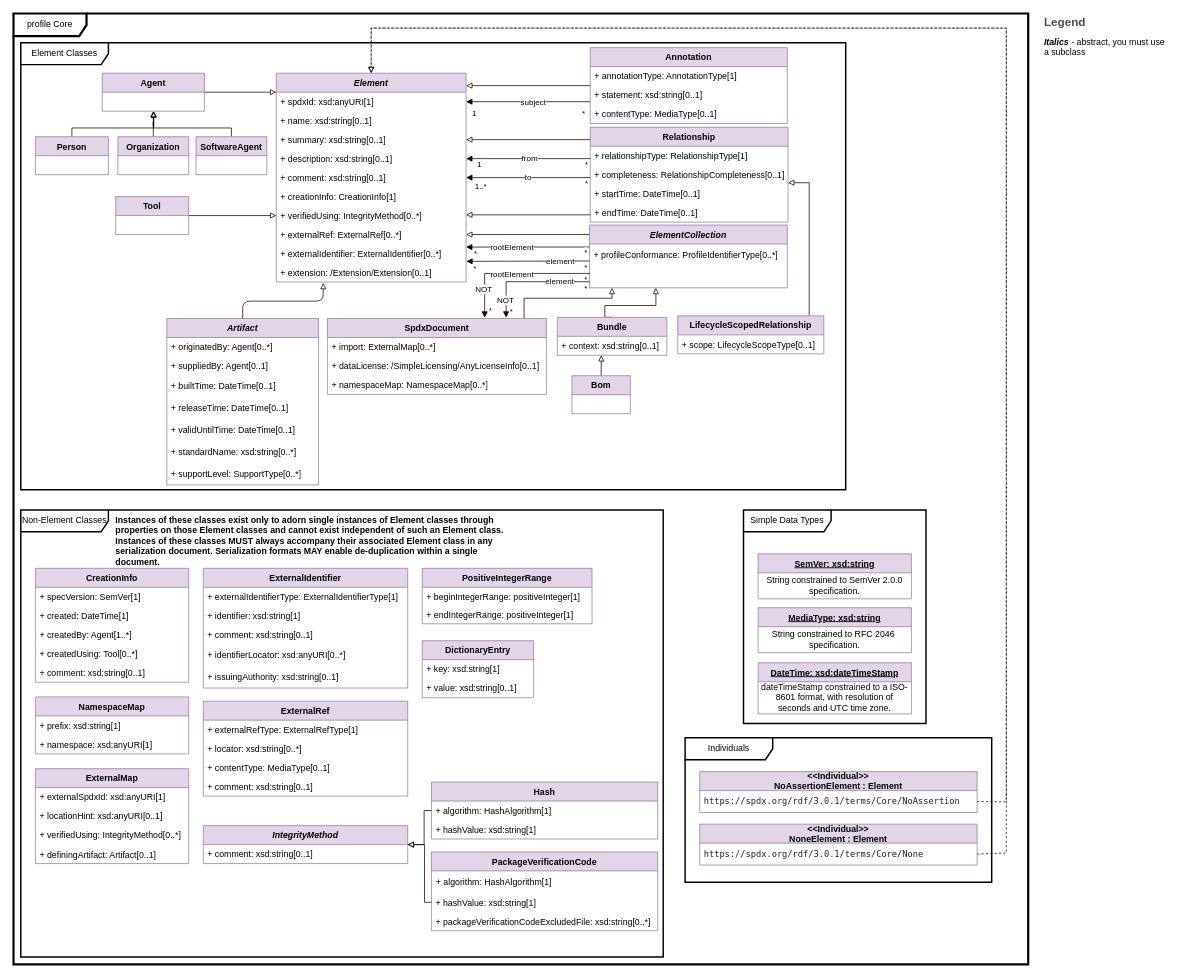
spdx/spdx-3-model keeps this draw.io diagram as page "Core" (1 of 11) of model.drawio. Above is the earlier version. Source tidied: cells renumbered, new cells numbered last; positions are measured from the earlier drawing's top-left corner, leaving out a move shared by most shapes. Both pictures are drawn from the tidied source at 73%, with x=0, y=0 at pixel (13, 13).
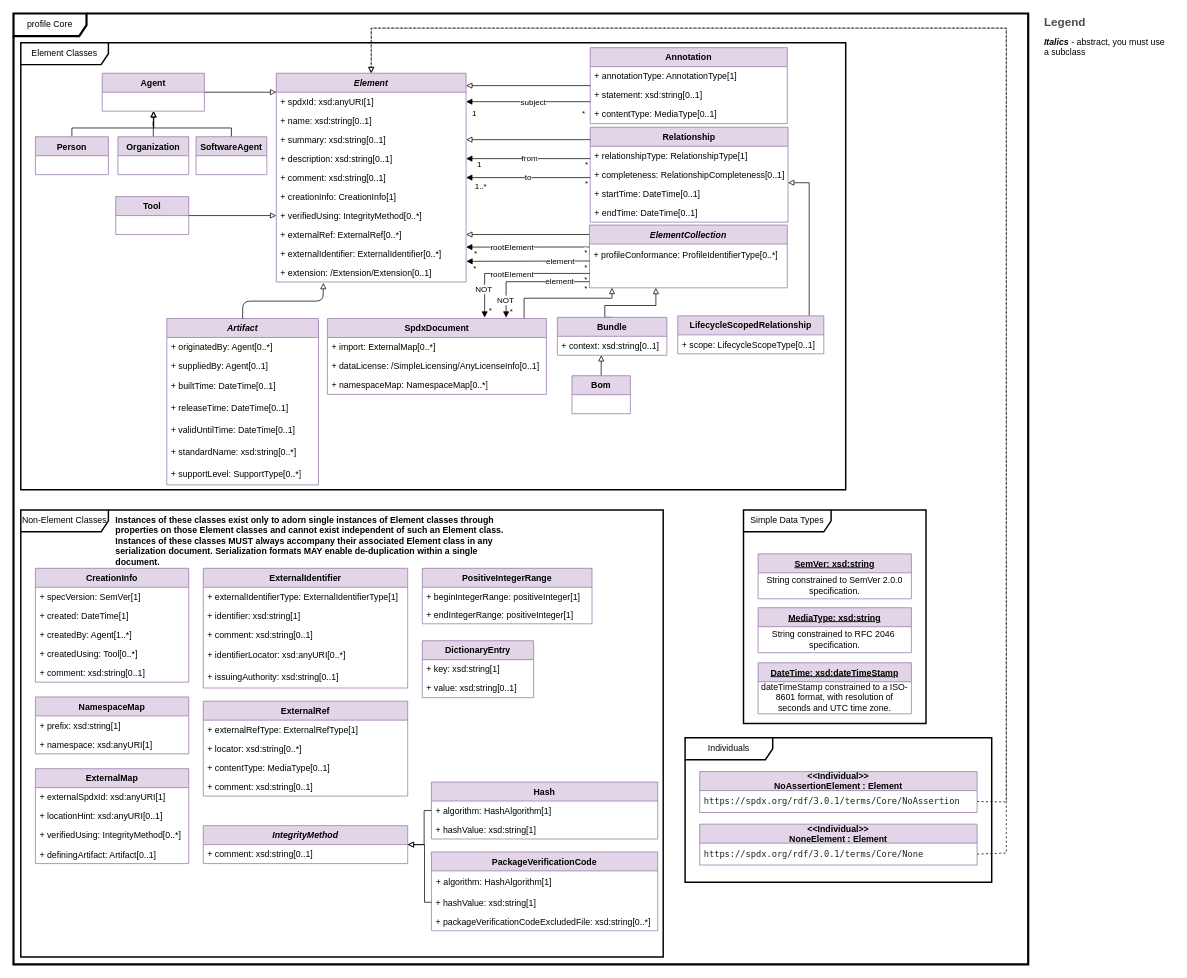
Above is the later version.

Change to the diagram source:
```diff
@@
-    <mxCell id="65" value="&lt;div&gt;&lt;br&gt;&lt;/div&gt;&lt;div&gt;&lt;br&gt;&lt;/div&gt;" style="endArrow=block;endSize=6;endFill=0;html=1;rounded=0;" parent="1" edge="1">
-      <mxGeometry relative="1" as="geometry">
-        <mxPoint x="790" y="275.8" as="sourcePoint" />
-        <mxPoint x="620" y="275.8" as="targetPoint" />
-      </mxGeometry>
-    </mxCell>
```
